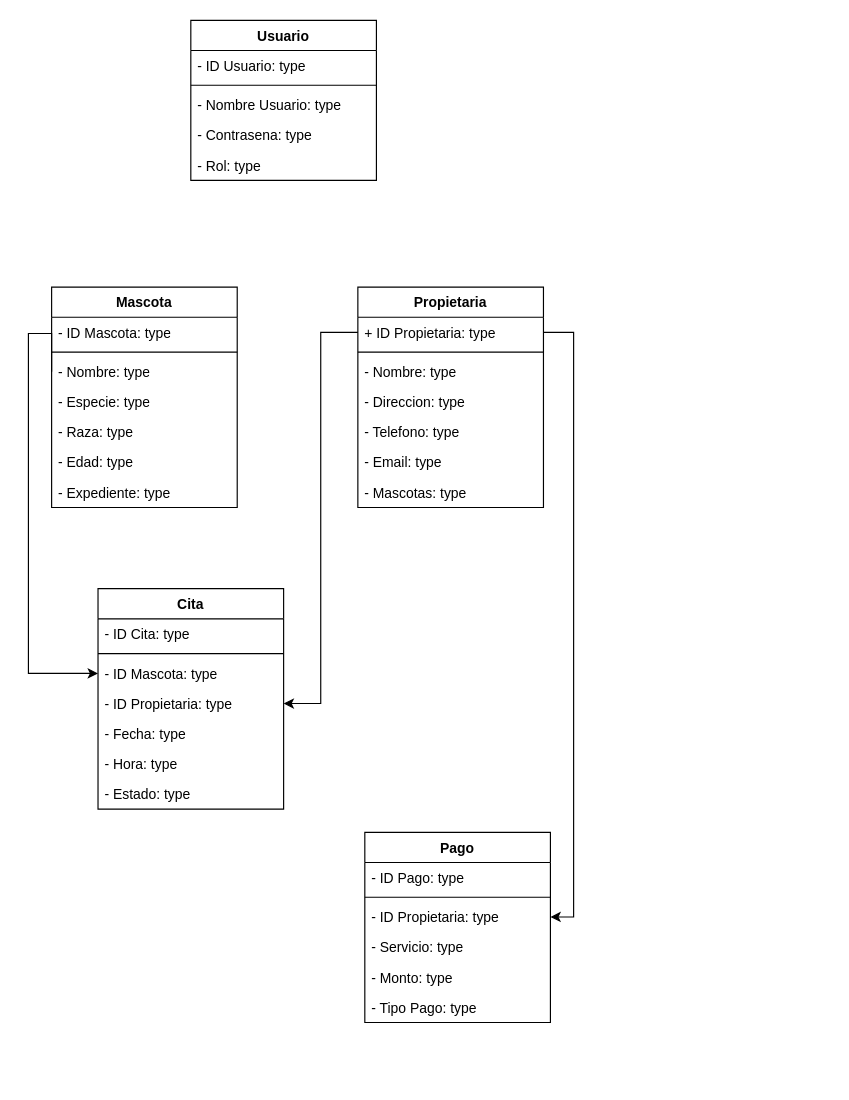
NixieNixi/diagramaClases keeps this draw.io diagram as Diagrama sin título.drawio. Above is the earlier version. Source tidied: cells renumbered, new cells numbered last; positions are measured from the earlier drawing's top-left corner, leaving out a move shared by most shapes. Both pictures are drawn from the tidied source at 116%, with x=0, y=0 at pixel (28, 20).
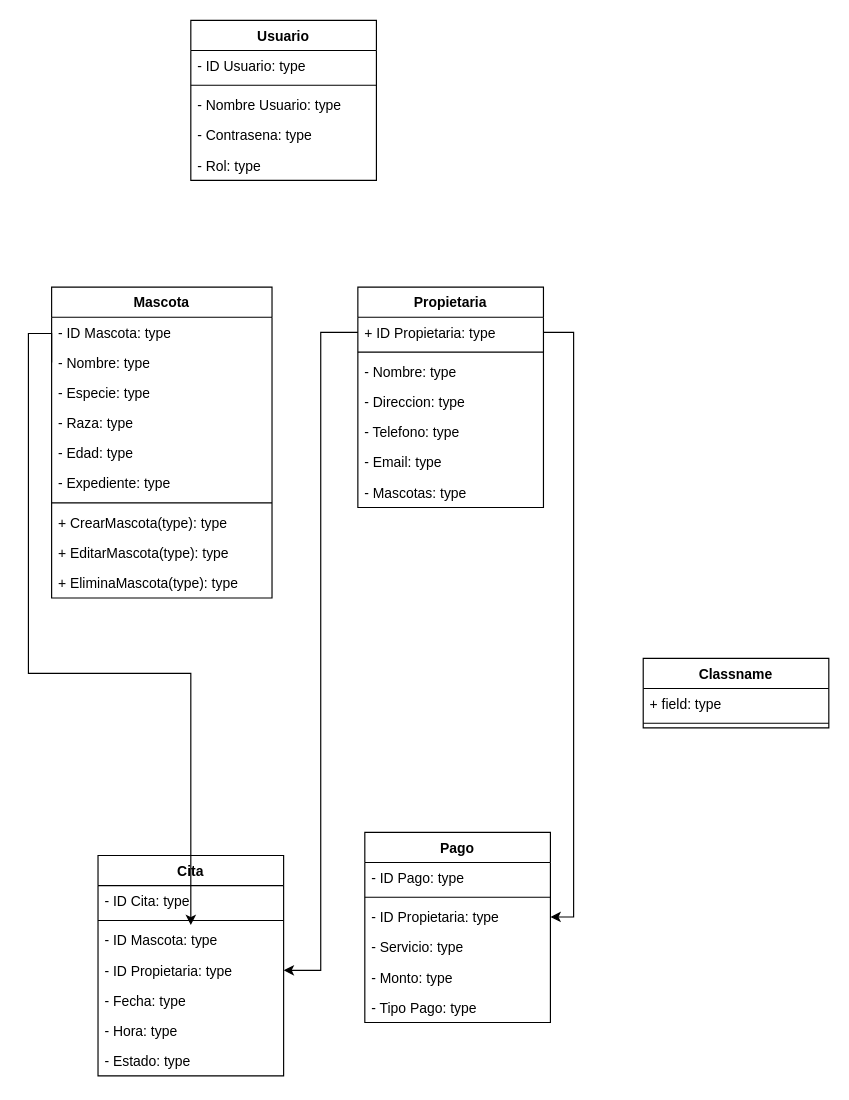
After the change.

Commit message:
metodo mascota

Diff of the diagram source:
```diff
@@
     <mxCell id="2" value="Mascota" style="swimlane;fontStyle=1;align=center;verticalAlign=top;horizontal=1;startSize=26;whiteSpace=wrap;html=1;" parent="1" vertex="1">
-      <mxGeometry x="20" y="230" width="160" height="190" as="geometry" />
+      <mxGeometry x="20" y="230" width="190" height="268" as="geometry" />
     </mxCell>
     <mxCell id="3" value="- ID Mascota: type" style="text;strokeColor=none;fillColor=none;align=left;verticalAlign=top;spacingLeft=4;spacingRight=4;overflow=hidden;whiteSpace=wrap;html=1;" parent="2" vertex="1">
-      <mxGeometry y="26" width="160" height="26" as="geometry" />
+      <mxGeometry y="26" width="190" height="26" as="geometry" />
     </mxCell>
-    <mxCell id="4" style="line;strokeWidth=1;fillColor=none;align=left;verticalAlign=middle;spacingTop=-1;spacingLeft=3;spacingRight=3;labelPosition=right;strokeColor=inherit;" parent="2" vertex="1">
-      <mxGeometry y="52" width="160" height="8" as="geometry" />
-    </mxCell>
     <mxCell id="5" value="- Nombre: type" style="text;strokeColor=none;fillColor=none;align=left;verticalAlign=top;spacingLeft=4;spacingRight=4;overflow=hidden;points=[[0,0.5],[1,0.5]];portConstraint=eastwest;whiteSpace=wrap;html=1;" parent="2" vertex="1">
-      <mxGeometry y="60" width="160" height="26" as="geometry" />
+      <mxGeometry y="52" width="190" height="26" as="geometry" />
     </mxCell>
     <mxCell id="6" value="- Especie: type" style="text;strokeColor=none;fillColor=none;align=left;verticalAlign=top;spacingLeft=4;spacingRight=4;overflow=hidden;whiteSpace=wrap;html=1;" parent="2" vertex="1">
-      <mxGeometry y="86" width="160" height="26" as="geometry" />
+      <mxGeometry y="78" width="190" height="26" as="geometry" />
     </mxCell>
     <mxCell id="7" value="- Raza: type" style="text;strokeColor=none;fillColor=none;align=left;verticalAlign=top;spacingLeft=4;spacingRight=4;overflow=hidden;whiteSpace=wrap;html=1;" parent="2" vertex="1">
-      <mxGeometry y="112" width="160" height="26" as="geometry" />
+      <mxGeometry y="104" width="190" height="26" as="geometry" />
     </mxCell>
     <mxCell id="8" value="- Edad: type" style="text;strokeColor=none;fillColor=none;align=left;verticalAlign=top;spacingLeft=4;spacingRight=4;overflow=hidden;whiteSpace=wrap;html=1;" parent="2" vertex="1">
-      <mxGeometry y="138" width="160" height="26" as="geometry" />
+      <mxGeometry y="130" width="190" height="26" as="geometry" />
     </mxCell>
     <mxCell id="9" value="- Expediente: type" style="text;strokeColor=none;fillColor=none;align=left;verticalAlign=top;spacingLeft=4;spacingRight=4;overflow=hidden;whiteSpace=wrap;html=1;" parent="2" vertex="1">
-      <mxGeometry y="164" width="160" height="26" as="geometry" />
+      <mxGeometry y="156" width="190" height="26" as="geometry" />
     </mxCell>
+    <mxCell id="4" style="line;strokeWidth=1;fillColor=none;align=left;verticalAlign=middle;spacingTop=-1;spacingLeft=3;spacingRight=3;labelPosition=right;strokeColor=inherit;" parent="2" vertex="1">
+      <mxGeometry y="182" width="190" height="8" as="geometry" />
+    </mxCell>
+    <mxCell id="42" value="+ CrearMascota(type): type" style="text;strokeColor=none;fillColor=none;align=left;verticalAlign=top;spacingLeft=4;spacingRight=4;overflow=hidden;whiteSpace=wrap;html=1;" parent="2" vertex="1">
+      <mxGeometry y="190" width="190" height="26" as="geometry" />
+    </mxCell>
+    <mxCell id="43" value="+ EditarMascota(type): type" style="text;strokeColor=none;fillColor=none;align=left;verticalAlign=top;spacingLeft=4;spacingRight=4;overflow=hidden;whiteSpace=wrap;html=1;" parent="2" vertex="1">
+      <mxGeometry y="216" width="190" height="26" as="geometry" />
+    </mxCell>
+    <mxCell id="44" value="+ EliminaMascota(type): type" style="text;strokeColor=none;fillColor=none;align=left;verticalAlign=top;spacingLeft=4;spacingRight=4;overflow=hidden;whiteSpace=wrap;html=1;" parent="2" vertex="1">
+      <mxGeometry y="242" width="190" height="26" as="geometry" />
+    </mxCell>
@@
     <mxCell id="18" value="Cita" style="swimlane;fontStyle=1;align=center;verticalAlign=top;horizontal=1;startSize=26;whiteSpace=wrap;html=1;" parent="1" vertex="1">
-      <mxGeometry x="60" y="490" width="160" height="190" as="geometry" />
+      <mxGeometry x="60" y="720" width="160" height="190" as="geometry" />
     </mxCell>
@@
+    <mxCell id="45" value="Classname" style="swimlane;fontStyle=1;align=center;verticalAlign=top;horizontal=1;startSize=26;whiteSpace=wrap;html=1;" parent="1" vertex="1">
+      <mxGeometry x="530" y="550" width="160" height="60" as="geometry" />
+    </mxCell>
+    <mxCell id="46" value="+ field: type" style="text;strokeColor=none;fillColor=none;align=left;verticalAlign=top;spacingLeft=4;spacingRight=4;overflow=hidden;whiteSpace=wrap;html=1;" parent="45" vertex="1">
+      <mxGeometry y="26" width="160" height="26" as="geometry" />
+    </mxCell>
+    <mxCell id="47" style="line;strokeWidth=1;fillColor=none;align=left;verticalAlign=middle;spacingTop=-1;spacingLeft=3;spacingRight=3;labelPosition=right;strokeColor=inherit;" parent="45" vertex="1">
+      <mxGeometry y="52" width="160" height="8" as="geometry" />
+    </mxCell>
```
